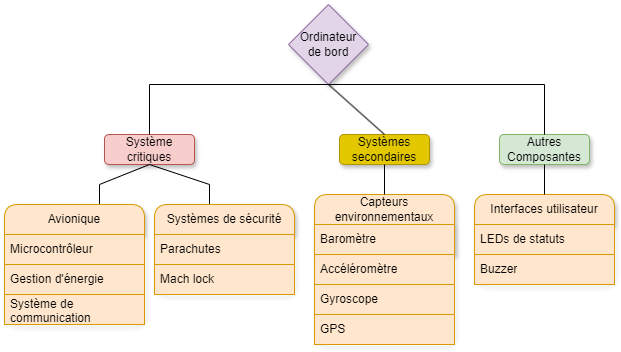
This is Documentation/Explications/Diagramme_Structure.png from GAULAvionique2024-2025/Ordinateur-de-bord, a draw.io export, as it was before one commit. Source tidied: cells renumbered, new cells last; positions are measured from the earlier drawing's top-left corner, leaving out a move shared by most shapes.
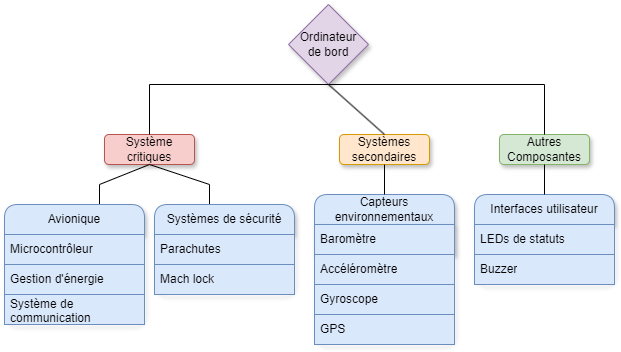
The same file after the commit.

What changed in the source:
```diff
@@ -5,7 +5,7 @@
     <mxCell id="2" value="Ordinateur&lt;div&gt;de bord&lt;/div&gt;" style="rhombus;whiteSpace=wrap;html=1;fillColor=#e1d5e7;strokeColor=#9673a6;rounded=0;shadow=1;" parent="1" vertex="1">
       <mxGeometry x="284" width="80" height="80" as="geometry" />
     </mxCell>
-    <mxCell id="3" value="Systèmes secondaires" style="rounded=1;whiteSpace=wrap;html=1;shadow=1;fillColor=#e3c800;strokeColor=#B09500;fontColor=#000000;" parent="1" vertex="1">
+    <mxCell id="3" value="Systèmes secondaires" style="rounded=1;whiteSpace=wrap;html=1;shadow=1;fillColor=#ffe6cc;strokeColor=#d79b00;" parent="1" vertex="1">
       <mxGeometry x="335" y="130" width="90" height="30" as="geometry" />
     </mxCell>
     <mxCell id="4" value="Autres&lt;div&gt;Composantes&lt;/div&gt;" style="rounded=1;whiteSpace=wrap;html=1;shadow=1;fillColor=#d5e8d4;strokeColor=#82b366;" parent="1" vertex="1">
@@ -47,49 +47,49 @@
         </Array>
       </mxGeometry>
     </mxCell>
-    <mxCell id="11" value="Avionique" style="swimlane;fontStyle=0;horizontal=1;startSize=30;whiteSpace=wrap;html=1;rounded=1;shadow=1;fillColor=#ffe6cc;strokeColor=#d79b00;" parent="1" vertex="1">
+    <mxCell id="11" value="Avionique" style="swimlane;fontStyle=0;horizontal=1;startSize=30;whiteSpace=wrap;html=1;rounded=1;shadow=1;fillColor=#dae8fc;strokeColor=#6c8ebf;" parent="1" vertex="1">
       <mxGeometry y="200" width="140" height="120" as="geometry" />
     </mxCell>
-    <mxCell id="12" value="Microcontrôleur" style="text;strokeColor=#d79b00;fillColor=#ffe6cc;align=left;verticalAlign=middle;spacingLeft=4;spacingRight=4;overflow=hidden;whiteSpace=wrap;html=1;" parent="11" vertex="1">
+    <mxCell id="12" value="Microcontrôleur" style="text;strokeColor=#6c8ebf;fillColor=#dae8fc;align=left;verticalAlign=middle;spacingLeft=4;spacingRight=4;overflow=hidden;whiteSpace=wrap;html=1;" parent="11" vertex="1">
       <mxGeometry y="30" width="140" height="30" as="geometry" />
     </mxCell>
-    <mxCell id="13" value="Gestion d'énergie" style="text;strokeColor=#d79b00;fillColor=#ffe6cc;align=left;verticalAlign=middle;spacingLeft=4;spacingRight=4;overflow=hidden;whiteSpace=wrap;html=1;" parent="11" vertex="1">
+    <mxCell id="13" value="Gestion d'énergie" style="text;strokeColor=#6c8ebf;fillColor=#dae8fc;align=left;verticalAlign=middle;spacingLeft=4;spacingRight=4;overflow=hidden;whiteSpace=wrap;html=1;" parent="11" vertex="1">
       <mxGeometry y="60" width="140" height="30" as="geometry" />
     </mxCell>
-    <mxCell id="14" value="Système de communication" style="text;strokeColor=#d79b00;fillColor=#ffe6cc;align=left;verticalAlign=middle;spacingLeft=4;spacingRight=4;overflow=hidden;whiteSpace=wrap;html=1;" parent="11" vertex="1">
+    <mxCell id="14" value="Système de communication" style="text;strokeColor=#6c8ebf;fillColor=#dae8fc;align=left;verticalAlign=middle;spacingLeft=4;spacingRight=4;overflow=hidden;whiteSpace=wrap;html=1;" parent="11" vertex="1">
       <mxGeometry y="90" width="140" height="30" as="geometry" />
     </mxCell>
-    <mxCell id="15" value="Systèmes de sécurité" style="swimlane;fontStyle=0;horizontal=1;startSize=30;whiteSpace=wrap;html=1;rounded=1;shadow=1;fillColor=#ffe6cc;strokeColor=#d79b00;" parent="1" vertex="1">
+    <mxCell id="15" value="Systèmes de sécurité" style="swimlane;fontStyle=0;horizontal=1;startSize=30;whiteSpace=wrap;html=1;rounded=1;shadow=1;fillColor=#dae8fc;strokeColor=#6c8ebf;" parent="1" vertex="1">
       <mxGeometry x="150" y="200" width="140" height="90" as="geometry" />
     </mxCell>
-    <mxCell id="16" value="Parachutes" style="text;strokeColor=#d79b00;fillColor=#ffe6cc;align=left;verticalAlign=middle;spacingLeft=4;spacingRight=4;overflow=hidden;whiteSpace=wrap;html=1;" parent="15" vertex="1">
+    <mxCell id="16" value="Parachutes" style="text;strokeColor=#6c8ebf;fillColor=#dae8fc;align=left;verticalAlign=middle;spacingLeft=4;spacingRight=4;overflow=hidden;whiteSpace=wrap;html=1;" parent="15" vertex="1">
       <mxGeometry y="30" width="140" height="30" as="geometry" />
     </mxCell>
-    <mxCell id="17" value="Mach lock" style="text;strokeColor=#d79b00;fillColor=#ffe6cc;align=left;verticalAlign=middle;spacingLeft=4;spacingRight=4;overflow=hidden;whiteSpace=wrap;html=1;" parent="15" vertex="1">
+    <mxCell id="17" value="Mach lock" style="text;strokeColor=#6c8ebf;fillColor=#dae8fc;align=left;verticalAlign=middle;spacingLeft=4;spacingRight=4;overflow=hidden;whiteSpace=wrap;html=1;" parent="15" vertex="1">
       <mxGeometry y="60" width="140" height="30" as="geometry" />
     </mxCell>
-    <mxCell id="18" value="Capteurs environnementaux" style="swimlane;fontStyle=0;horizontal=1;startSize=30;whiteSpace=wrap;html=1;rounded=1;shadow=1;fillColor=#ffe6cc;strokeColor=#d79b00;" parent="1" vertex="1">
+    <mxCell id="18" value="Capteurs environnementaux" style="swimlane;fontStyle=0;horizontal=1;startSize=30;whiteSpace=wrap;html=1;rounded=1;shadow=1;fillColor=#dae8fc;strokeColor=#6c8ebf;" parent="1" vertex="1">
       <mxGeometry x="310" y="190" width="140" height="150" as="geometry" />
     </mxCell>
-    <mxCell id="19" value="Baromètre" style="text;strokeColor=#d79b00;fillColor=#ffe6cc;align=left;verticalAlign=middle;spacingLeft=4;spacingRight=4;overflow=hidden;whiteSpace=wrap;html=1;shadow=1;" parent="18" vertex="1">
+    <mxCell id="19" value="Baromètre" style="text;strokeColor=#6c8ebf;fillColor=#dae8fc;align=left;verticalAlign=middle;spacingLeft=4;spacingRight=4;overflow=hidden;whiteSpace=wrap;html=1;shadow=1;" parent="18" vertex="1">
       <mxGeometry y="30" width="140" height="30" as="geometry" />
     </mxCell>
-    <mxCell id="20" value="Accéléromètre" style="text;strokeColor=#d79b00;fillColor=#ffe6cc;align=left;verticalAlign=middle;spacingLeft=4;spacingRight=4;overflow=hidden;whiteSpace=wrap;html=1;" parent="18" vertex="1">
+    <mxCell id="20" value="Accéléromètre" style="text;strokeColor=#6c8ebf;fillColor=#dae8fc;align=left;verticalAlign=middle;spacingLeft=4;spacingRight=4;overflow=hidden;whiteSpace=wrap;html=1;" parent="18" vertex="1">
       <mxGeometry y="60" width="140" height="30" as="geometry" />
     </mxCell>
-    <mxCell id="21" value="Gyroscope" style="text;strokeColor=#d79b00;fillColor=#ffe6cc;align=left;verticalAlign=middle;spacingLeft=4;spacingRight=4;overflow=hidden;whiteSpace=wrap;html=1;" parent="18" vertex="1">
+    <mxCell id="21" value="Gyroscope" style="text;strokeColor=#6c8ebf;fillColor=#dae8fc;align=left;verticalAlign=middle;spacingLeft=4;spacingRight=4;overflow=hidden;whiteSpace=wrap;html=1;" parent="18" vertex="1">
       <mxGeometry y="90" width="140" height="30" as="geometry" />
     </mxCell>
-    <mxCell id="22" value="GPS" style="text;strokeColor=#d79b00;fillColor=#ffe6cc;align=left;verticalAlign=middle;spacingLeft=4;spacingRight=4;overflow=hidden;whiteSpace=wrap;html=1;" parent="18" vertex="1">
+    <mxCell id="22" value="GPS" style="text;strokeColor=#6c8ebf;fillColor=#dae8fc;align=left;verticalAlign=middle;spacingLeft=4;spacingRight=4;overflow=hidden;whiteSpace=wrap;html=1;" parent="18" vertex="1">
       <mxGeometry y="120" width="140" height="30" as="geometry" />
     </mxCell>
-    <mxCell id="23" value="Interfaces utilisateur" style="swimlane;fontStyle=0;horizontal=1;startSize=30;whiteSpace=wrap;html=1;rounded=1;shadow=1;fillColor=#ffe6cc;strokeColor=#d79b00;" parent="1" vertex="1">
+    <mxCell id="23" value="Interfaces utilisateur" style="swimlane;fontStyle=0;horizontal=1;startSize=30;whiteSpace=wrap;html=1;rounded=1;shadow=1;fillColor=#dae8fc;strokeColor=#6c8ebf;" parent="1" vertex="1">
       <mxGeometry x="470" y="190" width="140" height="90" as="geometry" />
     </mxCell>
-    <mxCell id="24" value="LEDs de statuts" style="text;strokeColor=#d79b00;fillColor=#ffe6cc;align=left;verticalAlign=middle;spacingLeft=4;spacingRight=4;overflow=hidden;whiteSpace=wrap;html=1;" parent="23" vertex="1">
+    <mxCell id="24" value="LEDs de statuts" style="text;strokeColor=#6c8ebf;fillColor=#dae8fc;align=left;verticalAlign=middle;spacingLeft=4;spacingRight=4;overflow=hidden;whiteSpace=wrap;html=1;" parent="23" vertex="1">
       <mxGeometry y="30" width="140" height="30" as="geometry" />
     </mxCell>
-    <mxCell id="25" value="Buzzer" style="text;strokeColor=#d79b00;fillColor=#ffe6cc;align=left;verticalAlign=middle;spacingLeft=4;spacingRight=4;overflow=hidden;whiteSpace=wrap;html=1;" parent="23" vertex="1">
+    <mxCell id="25" value="Buzzer" style="text;strokeColor=#6c8ebf;fillColor=#dae8fc;align=left;verticalAlign=middle;spacingLeft=4;spacingRight=4;overflow=hidden;whiteSpace=wrap;html=1;" parent="23" vertex="1">
       <mxGeometry y="60" width="140" height="30" as="geometry" />
     </mxCell>
     <mxCell id="26" style="endArrow=none;html=1;rounded=0;exitX=0.5;exitY=1;exitDx=0;exitDy=0;entryX=0.5;entryY=0;entryDx=0;entryDy=0;" parent="1" edge="1" source="3" target="18">
```
